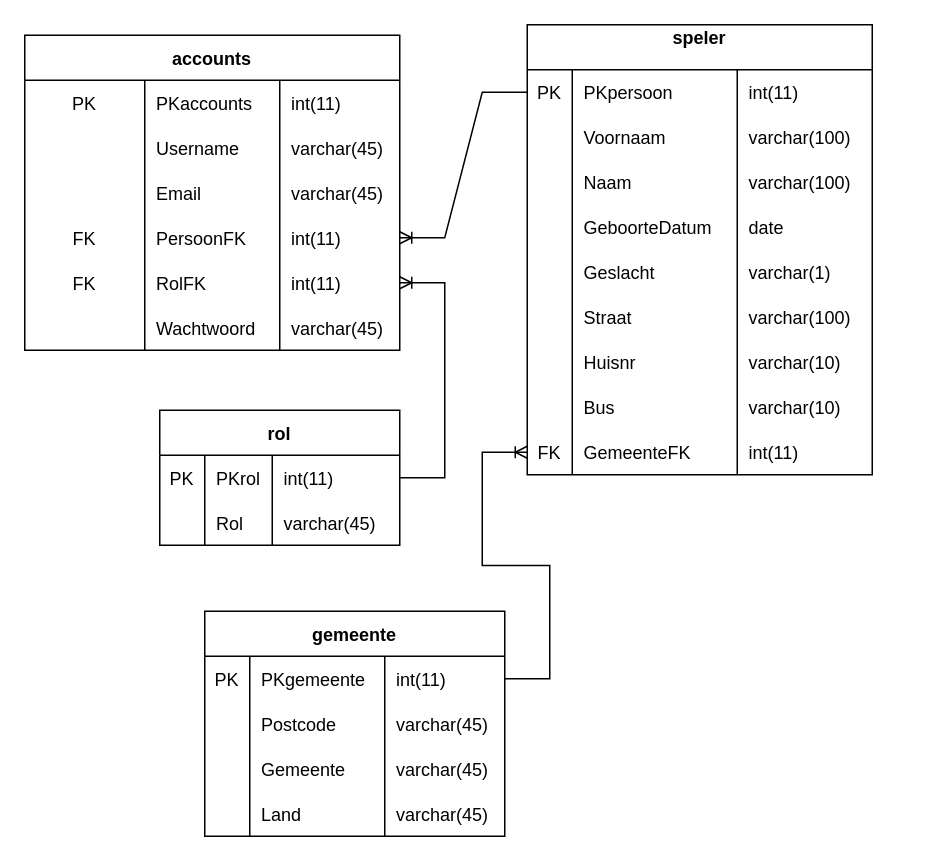
This is Untitled Diagram.drawio from GIP-Qual-IT/Website, a draw.io file, before an edit. Source tidied: cells renumbered, new cells numbered last; positions are measured from the earlier drawing's top-left corner, leaving out a move shared by most shapes. Both pictures are drawn from the tidied source at 150%, with x=0, y=0 at pixel (24, 24).
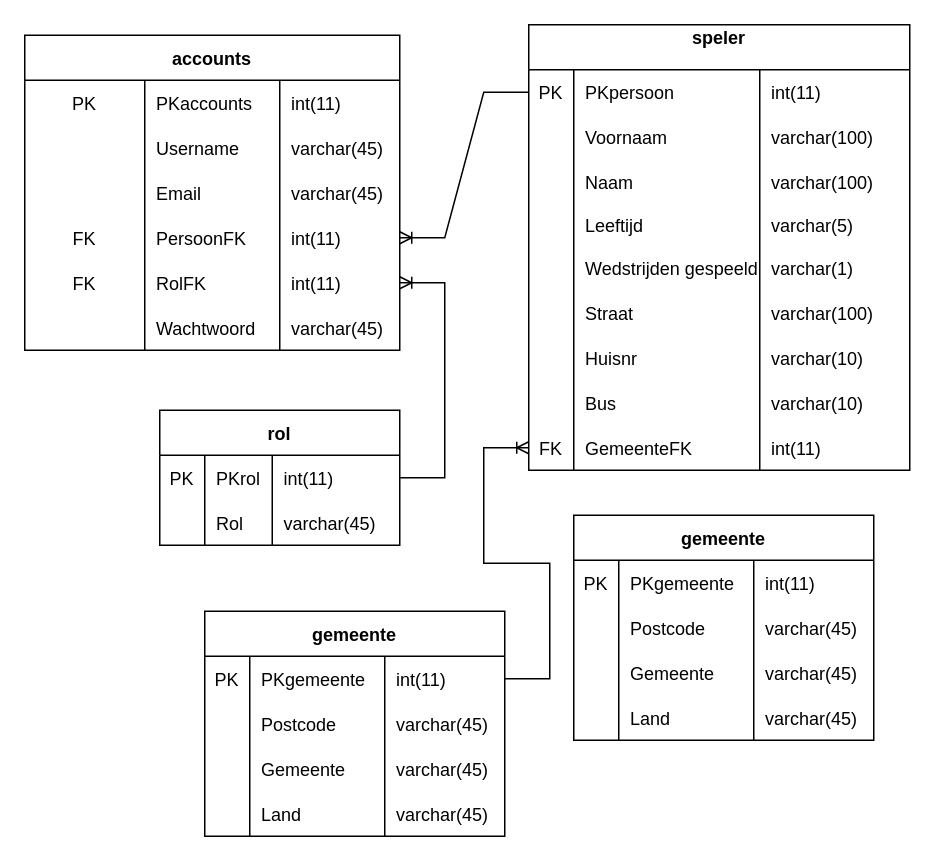
The same diagram, later.

The edit, as a diff of the source:
```diff
@@
     <mxCell id="44" value="speler&#10;" style="shape=table;startSize=30;childLayout=tableLayout;rowLines=0;fontStyle=1;align=center;rounded=0;" parent="1" vertex="1">
-      <mxGeometry x="335" width="230" height="300" as="geometry" />
+      <mxGeometry x="336" width="254" height="297" as="geometry" />
     </mxCell>
     <mxCell id="45" style="shape=tableRow;horizontal=0;startSize=0;swimlaneHead=0;swimlaneBody=0;fillColor=none;points=[[0,0.5],[1,0.5]];portConstraint=eastwest;top=0;left=0;right=0;bottom=0;rounded=0;" parent="44" vertex="1">
-      <mxGeometry y="30" width="230" height="30" as="geometry" />
+      <mxGeometry y="30" width="254" height="30" as="geometry" />
     </mxCell>
@@
     <mxCell id="47" value="PKpersoon" style="shape=partialRectangle;overflow=hidden;fillColor=none;align=left;top=0;left=0;bottom=0;right=0;spacingLeft=6;rounded=0;" parent="45" vertex="1">
-      <mxGeometry x="30" width="110" height="30" as="geometry" />
+      <mxGeometry x="30" width="124" height="30" as="geometry" />
     </mxCell>
     <mxCell id="48" value="int(11)" style="shape=partialRectangle;overflow=hidden;fillColor=none;align=left;top=0;left=0;bottom=0;right=0;spacingLeft=6;rounded=0;" parent="45" vertex="1">
-      <mxGeometry x="140" width="90" height="30" as="geometry" />
+      <mxGeometry x="154" width="100" height="30" as="geometry" />
     </mxCell>
     <mxCell id="49" style="shape=tableRow;horizontal=0;startSize=0;swimlaneHead=0;swimlaneBody=0;fillColor=none;top=0;left=0;right=0;bottom=0;rounded=0;" parent="44" vertex="1">
-      <mxGeometry y="60" width="230" height="30" as="geometry" />
+      <mxGeometry y="60" width="254" height="30" as="geometry" />
     </mxCell>
@@
     <mxCell id="51" value="Voornaam" style="shape=partialRectangle;overflow=hidden;fillColor=none;align=left;top=0;left=0;bottom=0;right=0;spacingLeft=6;rounded=0;" parent="49" vertex="1">
-      <mxGeometry x="30" width="110" height="30" as="geometry" />
+      <mxGeometry x="30" width="124" height="30" as="geometry" />
     </mxCell>
     <mxCell id="52" value="varchar(100)" style="shape=partialRectangle;overflow=hidden;fillColor=none;align=left;top=0;left=0;bottom=0;right=0;spacingLeft=6;rounded=0;" parent="49" vertex="1">
-      <mxGeometry x="140" width="90" height="30" as="geometry" />
+      <mxGeometry x="154" width="100" height="30" as="geometry" />
     </mxCell>
     <mxCell id="53" style="shape=tableRow;horizontal=0;startSize=0;swimlaneHead=0;swimlaneBody=0;fillColor=none;top=0;left=0;right=0;bottom=0;rounded=0;" parent="44" vertex="1">
-      <mxGeometry y="90" width="230" height="30" as="geometry" />
+      <mxGeometry y="90" width="254" height="30" as="geometry" />
     </mxCell>
@@
     <mxCell id="55" value="Naam" style="shape=partialRectangle;overflow=hidden;fillColor=none;align=left;top=0;left=0;bottom=0;right=0;spacingLeft=6;rounded=0;" parent="53" vertex="1">
-      <mxGeometry x="30" width="110" height="30" as="geometry" />
+      <mxGeometry x="30" width="124" height="30" as="geometry" />
     </mxCell>
     <mxCell id="56" value="varchar(100)" style="shape=partialRectangle;overflow=hidden;fillColor=none;align=left;top=0;left=0;bottom=0;right=0;spacingLeft=6;rounded=0;" parent="53" vertex="1">
-      <mxGeometry x="140" width="90" height="30" as="geometry" />
+      <mxGeometry x="154" width="100" height="30" as="geometry" />
     </mxCell>
     <mxCell id="57" style="shape=tableRow;horizontal=0;startSize=0;swimlaneHead=0;swimlaneBody=0;fillColor=none;top=0;left=0;right=0;bottom=0;rounded=0;" parent="44" vertex="1">
-      <mxGeometry y="120" width="230" height="30" as="geometry" />
+      <mxGeometry y="120" width="254" height="27" as="geometry" />
     </mxCell>
     <mxCell id="58" style="shape=partialRectangle;overflow=hidden;fillColor=none;top=0;left=0;bottom=0;right=0;rounded=0;" parent="57" vertex="1">
-      <mxGeometry width="30" height="30" as="geometry" />
+      <mxGeometry width="30" height="27" as="geometry" />
     </mxCell>
-    <mxCell id="59" value="GeboorteDatum" style="shape=partialRectangle;overflow=hidden;fillColor=none;align=left;top=0;left=0;bottom=0;right=0;spacingLeft=6;rounded=0;" parent="57" vertex="1">
-      <mxGeometry x="30" width="110" height="30" as="geometry" />
+    <mxCell id="59" value="Leeftijd" style="shape=partialRectangle;overflow=hidden;fillColor=none;align=left;top=0;left=0;bottom=0;right=0;spacingLeft=6;rounded=0;" parent="57" vertex="1">
+      <mxGeometry x="30" width="124" height="27" as="geometry" />
     </mxCell>
-    <mxCell id="60" value="date" style="shape=partialRectangle;overflow=hidden;fillColor=none;align=left;top=0;left=0;bottom=0;right=0;spacingLeft=6;rounded=0;" parent="57" vertex="1">
-      <mxGeometry x="140" width="90" height="30" as="geometry" />
+    <mxCell id="60" value="varchar(5)" style="shape=partialRectangle;overflow=hidden;fillColor=none;align=left;top=0;left=0;bottom=0;right=0;spacingLeft=6;rounded=0;" parent="57" vertex="1">
+      <mxGeometry x="154" width="100" height="27" as="geometry" />
     </mxCell>
     <mxCell id="61" style="shape=tableRow;horizontal=0;startSize=0;swimlaneHead=0;swimlaneBody=0;fillColor=none;top=0;left=0;right=0;bottom=0;rounded=0;" parent="44" vertex="1">
-      <mxGeometry y="150" width="230" height="30" as="geometry" />
+      <mxGeometry y="147" width="254" height="30" as="geometry" />
     </mxCell>
@@
-    <mxCell id="63" value="Geslacht" style="shape=partialRectangle;overflow=hidden;fillColor=none;align=left;top=0;left=0;bottom=0;right=0;spacingLeft=6;rounded=0;" parent="61" vertex="1">
-      <mxGeometry x="30" width="110" height="30" as="geometry" />
+    <mxCell id="63" value="Wedstrijden gespeeld" style="shape=partialRectangle;overflow=hidden;fillColor=none;align=left;top=0;left=0;bottom=0;right=0;spacingLeft=6;rounded=0;" parent="61" vertex="1">
+      <mxGeometry x="30" width="124" height="30" as="geometry" />
     </mxCell>
     <mxCell id="64" value="varchar(1)" style="shape=partialRectangle;overflow=hidden;fillColor=none;align=left;top=0;left=0;bottom=0;right=0;spacingLeft=6;rounded=0;" parent="61" vertex="1">
-      <mxGeometry x="140" width="90" height="30" as="geometry" />
+      <mxGeometry x="154" width="100" height="30" as="geometry" />
     </mxCell>
     <mxCell id="65" style="shape=tableRow;horizontal=0;startSize=0;swimlaneHead=0;swimlaneBody=0;fillColor=none;top=0;left=0;right=0;bottom=0;rounded=0;" parent="44" vertex="1">
-      <mxGeometry y="180" width="230" height="30" as="geometry" />
+      <mxGeometry y="177" width="254" height="30" as="geometry" />
     </mxCell>
@@
     <mxCell id="67" value="Straat" style="shape=partialRectangle;overflow=hidden;fillColor=none;align=left;top=0;left=0;bottom=0;right=0;spacingLeft=6;rounded=0;" parent="65" vertex="1">
-      <mxGeometry x="30" width="110" height="30" as="geometry" />
+      <mxGeometry x="30" width="124" height="30" as="geometry" />
     </mxCell>
     <mxCell id="68" value="varchar(100)" style="shape=partialRectangle;overflow=hidden;fillColor=none;align=left;top=0;left=0;bottom=0;right=0;spacingLeft=6;rounded=0;" parent="65" vertex="1">
-      <mxGeometry x="140" width="90" height="30" as="geometry" />
+      <mxGeometry x="154" width="100" height="30" as="geometry" />
     </mxCell>
     <mxCell id="69" style="shape=tableRow;horizontal=0;startSize=0;swimlaneHead=0;swimlaneBody=0;fillColor=none;top=0;left=0;right=0;bottom=0;rounded=0;" parent="44" vertex="1">
-      <mxGeometry y="210" width="230" height="30" as="geometry" />
+      <mxGeometry y="207" width="254" height="30" as="geometry" />
     </mxCell>
@@
     <mxCell id="71" value="Huisnr" style="shape=partialRectangle;overflow=hidden;fillColor=none;align=left;top=0;left=0;bottom=0;right=0;spacingLeft=6;rounded=0;" parent="69" vertex="1">
-      <mxGeometry x="30" width="110" height="30" as="geometry" />
+      <mxGeometry x="30" width="124" height="30" as="geometry" />
     </mxCell>
     <mxCell id="72" value="varchar(10)" style="shape=partialRectangle;overflow=hidden;fillColor=none;align=left;top=0;left=0;bottom=0;right=0;spacingLeft=6;rounded=0;" parent="69" vertex="1">
-      <mxGeometry x="140" width="90" height="30" as="geometry" />
+      <mxGeometry x="154" width="100" height="30" as="geometry" />
     </mxCell>
     <mxCell id="73" style="shape=tableRow;horizontal=0;startSize=0;swimlaneHead=0;swimlaneBody=0;fillColor=none;top=0;left=0;right=0;bottom=0;rounded=0;" parent="44" vertex="1">
-      <mxGeometry y="240" width="230" height="30" as="geometry" />
+      <mxGeometry y="237" width="254" height="30" as="geometry" />
     </mxCell>
@@
     <mxCell id="75" value="Bus" style="shape=partialRectangle;overflow=hidden;fillColor=none;align=left;top=0;left=0;bottom=0;right=0;spacingLeft=6;rounded=0;" parent="73" vertex="1">
-      <mxGeometry x="30" width="110" height="30" as="geometry" />
+      <mxGeometry x="30" width="124" height="30" as="geometry" />
     </mxCell>
     <mxCell id="76" value="varchar(10)" style="shape=partialRectangle;overflow=hidden;fillColor=none;align=left;top=0;left=0;bottom=0;right=0;spacingLeft=6;rounded=0;" parent="73" vertex="1">
-      <mxGeometry x="140" width="90" height="30" as="geometry" />
+      <mxGeometry x="154" width="100" height="30" as="geometry" />
     </mxCell>
     <mxCell id="77" style="shape=tableRow;horizontal=0;startSize=0;swimlaneHead=0;swimlaneBody=0;fillColor=none;points=[[0,0.5],[1,0.5]];portConstraint=eastwest;top=0;left=0;right=0;bottom=0;rounded=0;" parent="44" vertex="1">
-      <mxGeometry y="270" width="230" height="30" as="geometry" />
+      <mxGeometry y="267" width="254" height="30" as="geometry" />
     </mxCell>
@@
     <mxCell id="79" value="GemeenteFK" style="shape=partialRectangle;overflow=hidden;fillColor=none;align=left;top=0;left=0;bottom=0;right=0;spacingLeft=6;rounded=0;" parent="77" vertex="1">
-      <mxGeometry x="30" width="110" height="30" as="geometry" />
+      <mxGeometry x="30" width="124" height="30" as="geometry" />
     </mxCell>
     <mxCell id="80" value="int(11)" style="shape=partialRectangle;overflow=hidden;fillColor=none;align=left;top=0;left=0;bottom=0;right=0;spacingLeft=6;rounded=0;" parent="77" vertex="1">
-      <mxGeometry x="140" width="90" height="30" as="geometry" />
+      <mxGeometry x="154" width="100" height="30" as="geometry" />
     </mxCell>
@@
+    <mxCell id="93" value="gemeente" style="shape=table;startSize=30;childLayout=tableLayout;rowLines=0;fontStyle=1;align=center;rounded=0;" parent="1" vertex="1">
+      <mxGeometry x="366" y="327" width="200" height="150" as="geometry" />
+    </mxCell>
+    <mxCell id="94" style="shape=tableRow;horizontal=0;startSize=0;swimlaneHead=0;swimlaneBody=0;fillColor=none;top=0;left=0;right=0;bottom=0;rounded=0;" parent="93" vertex="1">
+      <mxGeometry y="30" width="200" height="30" as="geometry" />
+    </mxCell>
+    <mxCell id="95" value="PK" style="shape=partialRectangle;overflow=hidden;fillColor=none;top=0;left=0;bottom=0;right=0;rounded=0;" parent="94" vertex="1">
+      <mxGeometry width="30" height="30" as="geometry" />
+    </mxCell>
+    <mxCell id="96" value="PKgemeente" style="shape=partialRectangle;overflow=hidden;fillColor=none;align=left;top=0;left=0;bottom=0;right=0;spacingLeft=6;rounded=0;" parent="94" vertex="1">
+      <mxGeometry x="30" width="90" height="30" as="geometry" />
+    </mxCell>
+    <mxCell id="97" value="int(11)" style="shape=partialRectangle;overflow=hidden;fillColor=none;align=left;top=0;left=0;bottom=0;right=0;spacingLeft=6;rounded=0;" parent="94" vertex="1">
+      <mxGeometry x="120" width="80" height="30" as="geometry" />
+    </mxCell>
+    <mxCell id="98" style="shape=tableRow;horizontal=0;startSize=0;swimlaneHead=0;swimlaneBody=0;fillColor=none;top=0;left=0;right=0;bottom=0;rounded=0;" parent="93" vertex="1">
+      <mxGeometry y="60" width="200" height="30" as="geometry" />
+    </mxCell>
+    <mxCell id="99" style="shape=partialRectangle;overflow=hidden;fillColor=none;top=0;left=0;bottom=0;right=0;rounded=0;" parent="98" vertex="1">
+      <mxGeometry width="30" height="30" as="geometry" />
+    </mxCell>
+    <mxCell id="100" value="Postcode" style="shape=partialRectangle;overflow=hidden;fillColor=none;align=left;top=0;left=0;bottom=0;right=0;spacingLeft=6;rounded=0;" parent="98" vertex="1">
+      <mxGeometry x="30" width="90" height="30" as="geometry" />
+    </mxCell>
+    <mxCell id="101" value="varchar(45)" style="shape=partialRectangle;overflow=hidden;fillColor=none;align=left;top=0;left=0;bottom=0;right=0;spacingLeft=6;rounded=0;" parent="98" vertex="1">
+      <mxGeometry x="120" width="80" height="30" as="geometry" />
+    </mxCell>
+    <mxCell id="102" style="shape=tableRow;horizontal=0;startSize=0;swimlaneHead=0;swimlaneBody=0;fillColor=none;top=0;left=0;right=0;bottom=0;rounded=0;" parent="93" vertex="1">
+      <mxGeometry y="90" width="200" height="30" as="geometry" />
+    </mxCell>
+    <mxCell id="103" style="shape=partialRectangle;overflow=hidden;fillColor=none;top=0;left=0;bottom=0;right=0;rounded=0;" parent="102" vertex="1">
+      <mxGeometry width="30" height="30" as="geometry" />
+    </mxCell>
+    <mxCell id="104" value="Gemeente" style="shape=partialRectangle;overflow=hidden;fillColor=none;align=left;top=0;left=0;bottom=0;right=0;spacingLeft=6;rounded=0;" parent="102" vertex="1">
+      <mxGeometry x="30" width="90" height="30" as="geometry" />
+    </mxCell>
+    <mxCell id="105" value="varchar(45)" style="shape=partialRectangle;overflow=hidden;fillColor=none;align=left;top=0;left=0;bottom=0;right=0;spacingLeft=6;rounded=0;" parent="102" vertex="1">
+      <mxGeometry x="120" width="80" height="30" as="geometry" />
+    </mxCell>
+    <mxCell id="106" style="shape=tableRow;horizontal=0;startSize=0;swimlaneHead=0;swimlaneBody=0;fillColor=none;top=0;left=0;right=0;bottom=0;rounded=0;" parent="93" vertex="1">
+      <mxGeometry y="120" width="200" height="30" as="geometry" />
+    </mxCell>
+    <mxCell id="107" style="shape=partialRectangle;overflow=hidden;fillColor=none;top=0;left=0;bottom=0;right=0;rounded=0;" parent="106" vertex="1">
+      <mxGeometry width="30" height="30" as="geometry" />
+    </mxCell>
+    <mxCell id="108" value="Land" style="shape=partialRectangle;overflow=hidden;fillColor=none;align=left;top=0;left=0;bottom=0;right=0;spacingLeft=6;rounded=0;" parent="106" vertex="1">
+      <mxGeometry x="30" width="90" height="30" as="geometry" />
+    </mxCell>
+    <mxCell id="109" value="varchar(45)" style="shape=partialRectangle;overflow=hidden;fillColor=none;align=left;top=0;left=0;bottom=0;right=0;spacingLeft=6;rounded=0;" parent="106" vertex="1">
+      <mxGeometry x="120" width="80" height="30" as="geometry" />
+    </mxCell>
```
